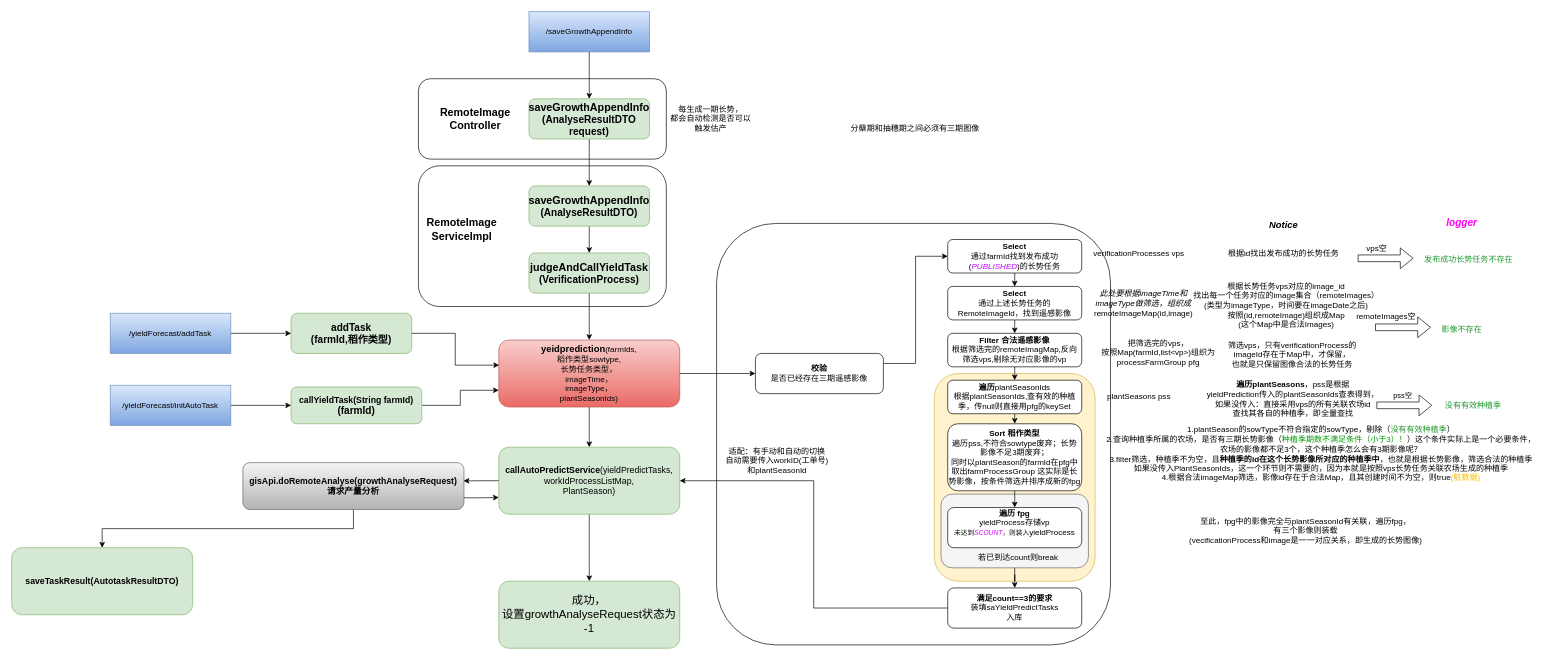
Before: 产量预估.drawio in RK-JD/DrawIO, a draw.io diagram. Source tidied: cells renumbered, new cells numbered last; positions are measured from the earlier drawing's top-left corner, leaving out a move shared by most shapes. Both pictures are drawn from the tidied source at 67%, with x=0, y=0 at pixel (11, 11).
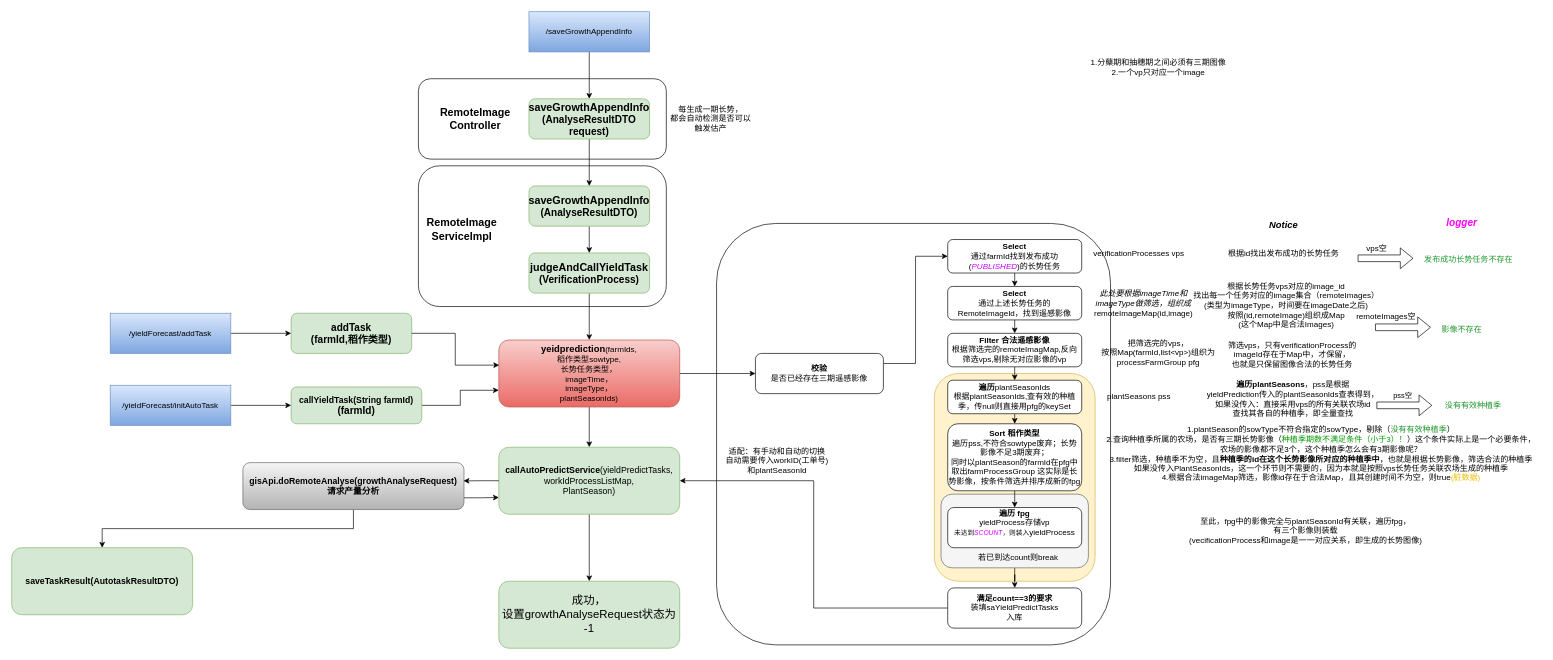
The same diagram, later.

Commit message:
更新产量预估.drawio

The edit, as a diff of the source:
```diff
@@
-    <mxCell id="78" value="分蘖期和抽穗期之间必须有三期图像" style="text;html=1;align=center;verticalAlign=middle;strokeColor=none;fillColor=none;" parent="1" vertex="1">
-      <mxGeometry x="1243" y="161" width="210" height="26" as="geometry" />
+    <mxCell id="78" value="1.分蘖期和抽穗期之间必须有三期图像&lt;div&gt;2.一个vp只对应一个image&lt;/div&gt;" style="text;html=1;align=center;verticalAlign=middle;strokeColor=none;fillColor=none;" parent="1" vertex="1">
+      <mxGeometry x="1601" y="62" width="220" height="41" as="geometry" />
     </mxCell>
```
